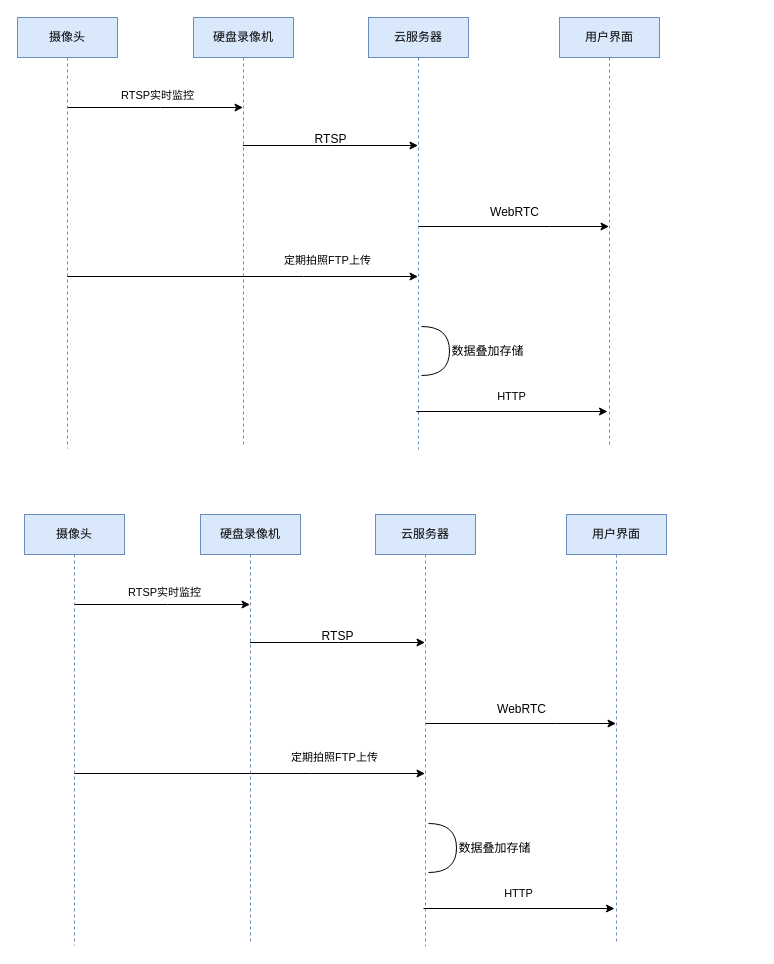
bit365/diagrams keeps this draw.io diagram as 未命名绘图.drawio. Above is the earlier version. Source tidied: cells renumbered, new cells numbered last; positions are measured from the earlier drawing's top-left corner, leaving out a move shared by most shapes. Both pictures are drawn from the tidied source at 100%, with x=0, y=0 at pixel (17, 17).
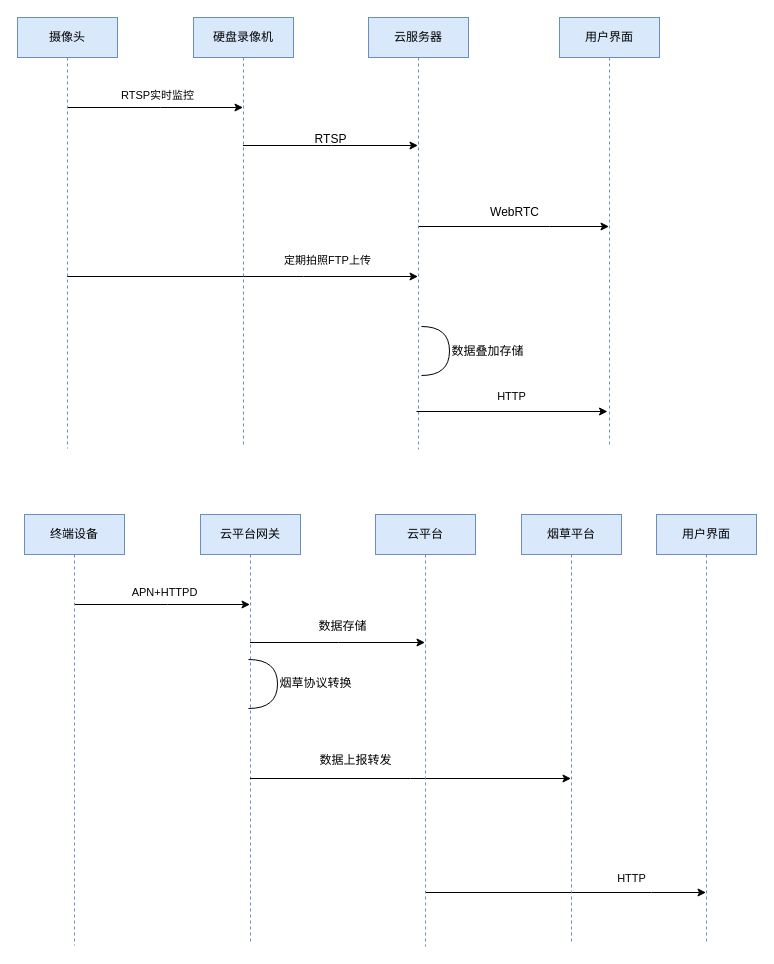
Above is the later version.

Commit message:
更新未命名绘图.drawio

The change refers to these unchanged cells:
```xml
<mxCell id="18" style="edgeStyle=orthogonalEdgeStyle;rounded=0;jettySize=auto;html=1;" parent="1" edge="1" source="22" target="24">
  <mxGeometry relative="1" as="geometry">
    <Array as="points">
      <mxPoint x="150" y="587" />
      <mxPoint x="150" y="587" />
    </Array>
  </mxGeometry>
</mxCell>
```

Diff of the diagram source:
```diff
@@
-    <mxCell id="19" value="RTSP实时监控" style="edgeLabel;html=1;align=center;verticalAlign=middle;" parent="18" vertex="1">
+    <mxCell id="19" value="APN+HTTPD" style="edgeLabel;html=1;align=center;verticalAlign=middle;" parent="18" vertex="1">
       <mxGeometry x="-0.17" relative="1" as="geometry">
         <mxPoint x="17" y="-13" as="offset" />
       </mxGeometry>
     </mxCell>
-    <mxCell id="20" style="edgeStyle=orthogonalEdgeStyle;rounded=0;jettySize=auto;html=1;" parent="1" edge="1" source="22" target="26">
-      <mxGeometry relative="1" as="geometry">
-        <Array as="points">
-          <mxPoint x="293" y="756" />
-          <mxPoint x="293" y="756" />
-        </Array>
-      </mxGeometry>
-    </mxCell>
-    <mxCell id="21" value="定期拍照FTP上传" style="edgeLabel;html=1;align=center;verticalAlign=middle;" parent="20" vertex="1">
-      <mxGeometry x="-0.19" y="3" relative="1" as="geometry">
-        <mxPoint x="118" y="-14" as="offset" />
-      </mxGeometry>
-    </mxCell>
-    <mxCell id="22" value="摄像头" style="shape=umlLifeline;perimeter=lifelinePerimeter;whiteSpace=wrap;html=1;outlineConnect=0;fillColor=#dae8fc;strokeColor=#6c8ebf;" parent="1" vertex="1">
+    <mxCell id="22" value="终端设备" style="shape=umlLifeline;perimeter=lifelinePerimeter;whiteSpace=wrap;html=1;outlineConnect=0;fillColor=#dae8fc;strokeColor=#6c8ebf;" parent="1" vertex="1">
       <mxGeometry x="7" y="497" width="100" height="431" as="geometry" />
     </mxCell>
@@
-    <mxCell id="24" value="硬盘录像机" style="shape=umlLifeline;perimeter=lifelinePerimeter;whiteSpace=wrap;html=1;outlineConnect=0;fillColor=#dae8fc;strokeColor=#6c8ebf;" parent="1" vertex="1">
+    <mxCell id="24" value="云平台网关" style="shape=umlLifeline;perimeter=lifelinePerimeter;whiteSpace=wrap;html=1;outlineConnect=0;fillColor=#dae8fc;strokeColor=#6c8ebf;" parent="1" vertex="1">
       <mxGeometry x="183" y="497" width="100" height="430" as="geometry" />
     </mxCell>
+    <mxCell id="27" style="shape=requiredInterface;html=1;verticalLabelPosition=bottom;sketch=0;" parent="24" vertex="1">
+      <mxGeometry x="48" y="145" width="29" height="49" as="geometry" />
+    </mxCell>
-    <mxCell id="25" style="edgeStyle=orthogonalEdgeStyle;rounded=0;jettySize=auto;html=1;" parent="1" edge="1" target="28">
+    <mxCell id="25" style="edgeStyle=orthogonalEdgeStyle;rounded=0;jettySize=auto;html=1;" parent="1" edge="1" source="24" target="35">
       <mxGeometry relative="1" as="geometry">
-        <mxPoint x="407.5" y="706" as="sourcePoint" />
         <Array as="points">
-          <mxPoint x="539" y="706" />
-          <mxPoint x="539" y="706" />
+          <mxPoint x="393" y="761" />
+          <mxPoint x="393" y="761" />
         </Array>
       </mxGeometry>
     </mxCell>
+    <mxCell id="34" style="edgeStyle=orthogonalEdgeStyle;rounded=0;jettySize=auto;html=1;" parent="1" edge="1" source="26" target="28">
+      <mxGeometry relative="1" as="geometry">
+        <Array as="points">
+          <mxPoint x="634" y="875" />
+          <mxPoint x="634" y="875" />
+        </Array>
+      </mxGeometry>
+    </mxCell>
+    <mxCell id="33" value="HTTP" style="edgeLabel;html=1;align=center;verticalAlign=middle;" parent="34" vertex="1">
+      <mxGeometry x="-0.22" y="-2" relative="1" as="geometry">
+        <mxPoint x="96" y="-17" as="offset" />
+      </mxGeometry>
+    </mxCell>
-    <mxCell id="26" value="云服务器" style="shape=umlLifeline;perimeter=lifelinePerimeter;whiteSpace=wrap;html=1;outlineConnect=0;fillColor=#dae8fc;strokeColor=#6c8ebf;" parent="1" vertex="1">
+    <mxCell id="26" value="云平台" style="shape=umlLifeline;perimeter=lifelinePerimeter;whiteSpace=wrap;html=1;outlineConnect=0;fillColor=#dae8fc;strokeColor=#6c8ebf;" parent="1" vertex="1">
       <mxGeometry x="358" y="497" width="100" height="432" as="geometry" />
     </mxCell>
-    <mxCell id="27" style="shape=requiredInterface;html=1;verticalLabelPosition=bottom;sketch=0;" parent="26" vertex="1">
-      <mxGeometry x="53" y="309" width="28" height="49" as="geometry" />
-    </mxCell>
     <mxCell id="28" value="用户界面" style="shape=umlLifeline;perimeter=lifelinePerimeter;whiteSpace=wrap;html=1;outlineConnect=0;fillColor=#dae8fc;strokeColor=#6c8ebf;" parent="1" vertex="1">
-      <mxGeometry x="549" y="497" width="100" height="428" as="geometry" />
+      <mxGeometry x="639" y="497" width="100" height="428" as="geometry" />
     </mxCell>
-    <mxCell id="29" value="RTSP" style="text;html=1;align=center;verticalAlign=middle;strokeColor=none;fillColor=none;" parent="1" vertex="1">
-      <mxGeometry x="295" y="606" width="50" height="26" as="geometry" />
+    <mxCell id="29" value="数据存储" style="text;html=1;align=center;verticalAlign=middle;strokeColor=none;fillColor=none;" parent="1" vertex="1">
+      <mxGeometry x="292" y="596" width="66" height="26" as="geometry" />
     </mxCell>
+    <mxCell id="31" value="烟草协议转换" style="text;html=1;align=center;verticalAlign=middle;strokeColor=none;fillColor=none;" parent="1" vertex="1">
+      <mxGeometry x="253" y="653" width="90" height="26" as="geometry" />
+    </mxCell>
+    <mxCell id="35" value="烟草平台" style="shape=umlLifeline;perimeter=lifelinePerimeter;whiteSpace=wrap;html=1;outlineConnect=0;fillColor=#dae8fc;strokeColor=#6c8ebf;" parent="1" vertex="1">
+      <mxGeometry x="504" y="497" width="100" height="428" as="geometry" />
+    </mxCell>
-    <mxCell id="30" value="WebRTC" style="text;html=1;align=center;verticalAlign=middle;strokeColor=none;fillColor=none;" parent="1" vertex="1">
-      <mxGeometry x="470" y="679" width="67" height="26" as="geometry" />
+    <mxCell id="30" value="数据上报转发" style="text;html=1;align=center;verticalAlign=middle;strokeColor=none;fillColor=none;" parent="1" vertex="1">
+      <mxGeometry x="293" y="730" width="90" height="26" as="geometry" />
     </mxCell>
-    <mxCell id="31" value="数据叠加存储" style="text;html=1;align=center;verticalAlign=middle;strokeColor=none;fillColor=none;" parent="1" vertex="1">
-      <mxGeometry x="432" y="818" width="90" height="26" as="geometry" />
-    </mxCell>
-    <mxCell id="32" style="edgeStyle=orthogonalEdgeStyle;rounded=0;orthogonalLoop=1;jettySize=auto;html=1;" parent="1" edge="1">
-      <mxGeometry relative="1" as="geometry">
-        <mxPoint x="406" y="891" as="sourcePoint" />
-        <mxPoint x="597" y="891" as="targetPoint" />
-      </mxGeometry>
-    </mxCell>
-    <mxCell id="33" value="HTTP" style="edgeLabel;html=1;align=center;verticalAlign=middle;" parent="32" vertex="1">
-      <mxGeometry x="-0.11" y="2" relative="1" as="geometry">
-        <mxPoint x="9" y="-14" as="offset" />
-      </mxGeometry>
-    </mxCell>
```
